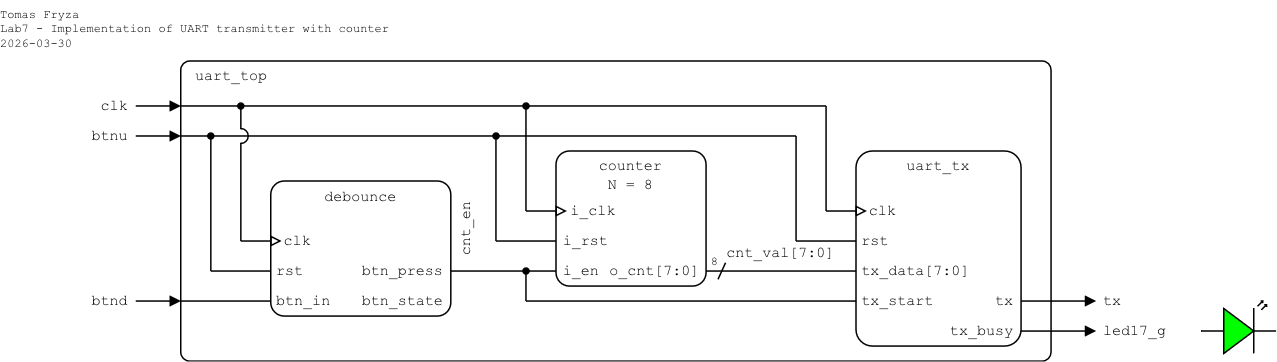
tomas-fryza/verilog-examples keeps this draw.io diagram as lab7-uart/images/top-level_ver2.png. Above is the earlier version. Source tidied: cells renumbered, new cells last; positions are measured from the earlier drawing's top-left corner, leaving out a move shared by most shapes.
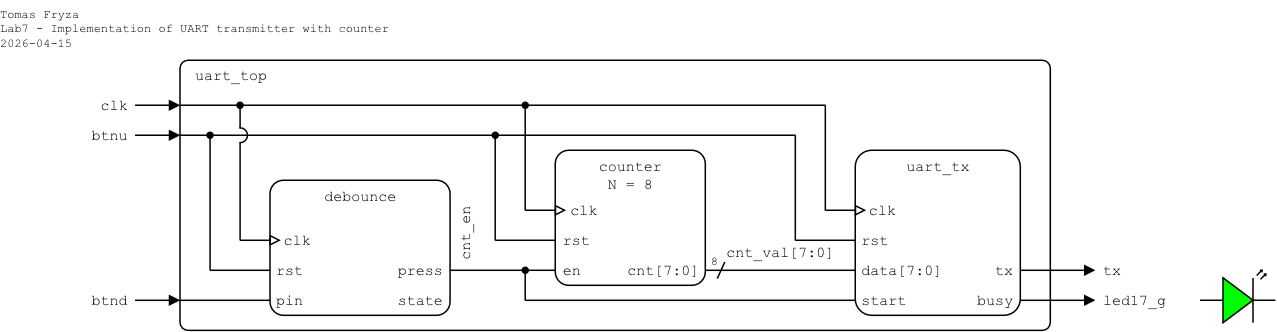
The same file after the commit.

The edit, as a diff of the source:
```diff
@@ -3,43 +3,43 @@
     <mxCell id="0" />
     <mxCell id="1" parent="0" />
     <mxCell id="2" value="uart_top" style="rounded=1;arcSize=3;whiteSpace=wrap;html=1;align=left;verticalAlign=top;fontFamily=Courier New;absoluteArcSize=0;fillColor=none;fontSize=10;spacingLeft=10;imageHeight=24;spacing=0;" parent="1" vertex="1">
-      <mxGeometry x="120" y="40" width="580" height="200" as="geometry" />
+      <mxGeometry x="120" y="40" width="580" height="180" as="geometry" />
     </mxCell>
     <mxCell id="3" value="&lt;div&gt;uart_tx&lt;/div&gt;" style="rounded=1;arcSize=10;align=center;verticalAlign=top;fontFamily=Courier New;absoluteArcSize=0;fillColor=none;fixDash=0;fontSize=10;spacingLeft=0;labelBorderColor=none;spacingTop=0;spacing=0;labelBackgroundColor=none;whiteSpace=wrap;html=1;strokeWidth=1;shadow=0;glass=0;" parent="1" vertex="1">
-      <mxGeometry x="570" y="100" width="110" height="130" as="geometry" />
+      <mxGeometry x="570" y="100" width="110" height="110" as="geometry" />
     </mxCell>
-    <mxCell id="4" value="tx_data[7:0]" style="text;html=1;align=left;verticalAlign=middle;whiteSpace=wrap;rounded=0;fontFamily=Courier New;fontSize=10;fillOpacity=100;spacingLeft=5;spacing=0;" parent="1" vertex="1">
-      <mxGeometry x="569.4" y="170" width="80.6" height="20" as="geometry" />
+    <mxCell id="4" value="data[7:0]" style="text;html=1;align=left;verticalAlign=middle;whiteSpace=wrap;rounded=0;fontFamily=Courier New;fontSize=10;fillOpacity=100;spacingLeft=5;spacing=0;" parent="1" vertex="1">
+      <mxGeometry x="569.4" y="170" width="60.6" height="20" as="geometry" />
     </mxCell>
     <mxCell id="5" value="clk" style="text;html=1;align=left;verticalAlign=middle;whiteSpace=wrap;rounded=0;fontFamily=Courier New;fontSize=10;fillOpacity=100;spacing=0;spacingLeft=10;" parent="1" vertex="1">
       <mxGeometry x="569.4" y="130" width="30.6" height="20" as="geometry" />
     </mxCell>
     <mxCell id="6" value="tx" style="text;html=1;align=right;verticalAlign=middle;whiteSpace=wrap;rounded=0;fontFamily=Courier New;fontSize=10;fillOpacity=100;spacing=0;spacingRight=5;" parent="1" vertex="1">
-      <mxGeometry x="650" y="190" width="30" height="20" as="geometry" />
+      <mxGeometry x="650" y="170" width="30" height="20" as="geometry" />
     </mxCell>
-    <mxCell id="7" value="tx_start" style="text;html=1;align=left;verticalAlign=middle;whiteSpace=wrap;rounded=0;fontFamily=Courier New;fontSize=10;fillOpacity=100;spacingLeft=5;spacing=0;" parent="1" vertex="1">
-      <mxGeometry x="569.4" y="190" width="60.6" height="20" as="geometry" />
+    <mxCell id="7" value="start" style="text;html=1;align=left;verticalAlign=middle;whiteSpace=wrap;rounded=0;fontFamily=Courier New;fontSize=10;fillOpacity=100;spacingLeft=5;spacing=0;" parent="1" vertex="1">
+      <mxGeometry x="569.4" y="190" width="40.6" height="20" as="geometry" />
     </mxCell>
     <mxCell id="8" style="endArrow=block;html=1;rounded=0;endFill=1;orthogonal=1;endSize=5;startSize=5;spacing=0;" parent="1" edge="1">
       <mxGeometry relative="1" as="geometry">
-        <mxPoint x="680" y="200" as="sourcePoint" />
-        <mxPoint x="730" y="200" as="targetPoint" />
+        <mxPoint x="680" y="180" as="sourcePoint" />
+        <mxPoint x="730" y="180" as="targetPoint" />
       </mxGeometry>
     </mxCell>
     <mxCell id="9" value="tx" style="text;html=1;align=left;verticalAlign=middle;whiteSpace=wrap;rounded=0;fontFamily=Courier New;fontSize=10;fillOpacity=100;spacing=0;spacingLeft=5;" parent="1" vertex="1">
-      <mxGeometry x="730" y="190" width="90" height="20" as="geometry" />
+      <mxGeometry x="730" y="170" width="90" height="20" as="geometry" />
     </mxCell>
-    <mxCell id="10" value="tx_busy" style="text;html=1;align=right;verticalAlign=middle;whiteSpace=wrap;rounded=0;fontFamily=Courier New;fontSize=10;fillOpacity=100;spacing=0;spacingRight=5;" parent="1" vertex="1">
-      <mxGeometry x="600" y="210" width="80" height="20" as="geometry" />
+    <mxCell id="10" value="busy" style="text;html=1;align=right;verticalAlign=middle;whiteSpace=wrap;rounded=0;fontFamily=Courier New;fontSize=10;fillOpacity=100;spacing=0;spacingRight=5;" parent="1" vertex="1">
+      <mxGeometry x="640" y="190" width="40" height="20" as="geometry" />
     </mxCell>
     <mxCell id="11" style="endArrow=block;html=1;rounded=0;endFill=1;orthogonal=1;endSize=5;startSize=5;spacing=0;" parent="1" edge="1">
       <mxGeometry relative="1" as="geometry">
-        <mxPoint x="680" y="220" as="sourcePoint" />
-        <mxPoint x="730" y="220" as="targetPoint" />
+        <mxPoint x="680" y="200" as="sourcePoint" />
+        <mxPoint x="730" y="200" as="targetPoint" />
       </mxGeometry>
     </mxCell>
     <mxCell id="12" value="led17_g" style="text;html=1;align=left;verticalAlign=middle;whiteSpace=wrap;rounded=0;fontFamily=Courier New;fontSize=10;fillOpacity=100;spacing=0;spacingLeft=5;" parent="1" vertex="1">
-      <mxGeometry x="730" y="210" width="70" height="20" as="geometry" />
+      <mxGeometry x="730" y="190" width="70" height="20" as="geometry" />
     </mxCell>
     <mxCell id="13" value="rst" style="text;html=1;align=left;verticalAlign=middle;whiteSpace=wrap;rounded=0;fontFamily=Courier New;fontSize=10;fillOpacity=100;spacingLeft=5;spacing=0;" parent="1" vertex="1">
       <mxGeometry x="569.4" y="150" width="30.6" height="20" as="geometry" />
@@ -69,7 +69,7 @@
       </mxGeometry>
     </mxCell>
     <mxCell id="18" style="verticalLabelPosition=bottom;shadow=0;dashed=0;align=center;html=1;verticalAlign=top;shape=mxgraph.electrical.opto_electronics.led_2;fillColor=#00FF00;" parent="1" vertex="1">
-      <mxGeometry x="800" y="200" width="50" height="35" as="geometry" />
+      <mxGeometry x="800" y="180" width="50" height="35" as="geometry" />
     </mxCell>
     <mxCell id="19" style="endArrow=none;html=1;rounded=0;endFill=0;endSize=5;startSize=5;" parent="1" edge="1">
       <mxGeometry relative="1" as="geometry">
@@ -92,7 +92,7 @@
         <mxPoint x="187.2" y="160" as="targetPoint" />
       </mxGeometry>
     </mxCell>
-    <mxCell id="24" value="btn_state" style="text;html=1;align=right;verticalAlign=middle;whiteSpace=wrap;rounded=0;fontFamily=Courier New;fontSize=10;fillOpacity=100;spacing=0;spacingRight=5;" parent="1" vertex="1">
+    <mxCell id="24" value="state" style="text;html=1;align=right;verticalAlign=middle;whiteSpace=wrap;rounded=0;fontFamily=Courier New;fontSize=10;fillOpacity=100;spacing=0;spacingRight=5;" parent="1" vertex="1">
       <mxGeometry x="250" y="190" width="50" height="20" as="geometry" />
     </mxCell>
     <mxCell id="25" style="verticalLabelPosition=bottom;verticalAlign=top;html=1;shape=mxgraph.basic.arc;startAngle=0.75;endAngle=0.25;rotation=90;" parent="1" vertex="1">
@@ -110,7 +110,7 @@
         <mxPoint x="160" y="94.5" as="targetPoint" />
       </mxGeometry>
     </mxCell>
-    <mxCell id="28" value="btn_in" style="text;html=1;align=left;verticalAlign=middle;whiteSpace=wrap;rounded=0;fontFamily=Courier New;fontSize=10;fillOpacity=100;spacingLeft=5;spacing=0;" parent="1" vertex="1">
+    <mxCell id="28" value="pin" style="text;html=1;align=left;verticalAlign=middle;whiteSpace=wrap;rounded=0;fontFamily=Courier New;fontSize=10;fillOpacity=100;spacingLeft=5;spacing=0;" parent="1" vertex="1">
       <mxGeometry x="179.4" y="190" width="50.6" height="20" as="geometry" />
     </mxCell>
     <mxCell id="29" style="endArrow=none;html=1;rounded=0;endFill=0;endSize=5;startSize=5;" parent="1" edge="1">
@@ -119,7 +119,7 @@
         <mxPoint x="180" y="180" as="targetPoint" />
       </mxGeometry>
     </mxCell>
-    <mxCell id="30" value="btn_press" style="text;html=1;align=right;verticalAlign=middle;whiteSpace=wrap;rounded=0;fontFamily=Courier New;fontSize=10;fillOpacity=100;spacing=0;spacingRight=5;" parent="1" vertex="1">
+    <mxCell id="30" value="press" style="text;html=1;align=right;verticalAlign=middle;whiteSpace=wrap;rounded=0;fontFamily=Courier New;fontSize=10;fillOpacity=100;spacing=0;spacingRight=5;" parent="1" vertex="1">
       <mxGeometry x="230" y="170" width="70" height="20" as="geometry" />
     </mxCell>
     <mxCell id="31" style="endArrow=none;html=1;rounded=0;startArrow=oval;startFill=1;endSize=4;startSize=4;" parent="1" edge="1">
@@ -146,16 +146,16 @@
     <mxCell id="35" value="&lt;div&gt;counter&lt;/div&gt;&lt;div&gt;N = 8&lt;/div&gt;" style="rounded=1;arcSize=10;align=center;verticalAlign=top;fontFamily=Courier New;absoluteArcSize=0;fillColor=none;fixDash=0;fontSize=10;spacingLeft=0;labelBorderColor=none;spacingTop=0;spacing=0;labelBackgroundColor=none;whiteSpace=wrap;html=1;strokeWidth=1;shadow=0;glass=0;" parent="1" vertex="1">
       <mxGeometry x="370" y="100" width="100" height="90" as="geometry" />
     </mxCell>
-    <mxCell id="36" value="i_rst" style="text;html=1;align=left;verticalAlign=middle;whiteSpace=wrap;rounded=0;fontFamily=Courier New;fontSize=10;fillOpacity=100;spacingLeft=5;spacing=0;" parent="1" vertex="1">
+    <mxCell id="36" value="rst" style="text;html=1;align=left;verticalAlign=middle;whiteSpace=wrap;rounded=0;fontFamily=Courier New;fontSize=10;fillOpacity=100;spacingLeft=5;spacing=0;" parent="1" vertex="1">
       <mxGeometry x="370" y="150" width="30.6" height="20" as="geometry" />
     </mxCell>
-    <mxCell id="37" value="i_clk" style="text;html=1;align=left;verticalAlign=middle;whiteSpace=wrap;rounded=0;fontFamily=Courier New;fontSize=10;fillOpacity=100;spacing=0;spacingLeft=10;" parent="1" vertex="1">
+    <mxCell id="37" value="clk" style="text;html=1;align=left;verticalAlign=middle;whiteSpace=wrap;rounded=0;fontFamily=Courier New;fontSize=10;fillOpacity=100;spacing=0;spacingLeft=10;" parent="1" vertex="1">
       <mxGeometry x="370" y="130" width="40.6" height="20" as="geometry" />
     </mxCell>
-    <mxCell id="38" value="o_cnt[7:0]" style="text;html=1;align=right;verticalAlign=middle;whiteSpace=wrap;rounded=0;fontFamily=Courier New;fontSize=10;fillOpacity=100;spacing=0;spacingRight=5;" parent="1" vertex="1">
+    <mxCell id="38" value="cnt[7:0]" style="text;html=1;align=right;verticalAlign=middle;whiteSpace=wrap;rounded=0;fontFamily=Courier New;fontSize=10;fillOpacity=100;spacing=0;spacingRight=5;" parent="1" vertex="1">
       <mxGeometry x="400" y="170" width="70.6" height="20" as="geometry" />
     </mxCell>
-    <mxCell id="39" value="i_en" style="text;html=1;align=left;verticalAlign=middle;whiteSpace=wrap;rounded=0;fontFamily=Courier New;fontSize=10;fillOpacity=100;spacingLeft=5;spacing=0;" parent="1" vertex="1">
+    <mxCell id="39" value="en" style="text;html=1;align=left;verticalAlign=middle;whiteSpace=wrap;rounded=0;fontFamily=Courier New;fontSize=10;fillOpacity=100;spacingLeft=5;spacing=0;" parent="1" vertex="1">
       <mxGeometry x="370" y="170" width="30.6" height="20" as="geometry" />
     </mxCell>
     <mxCell id="40" style="endArrow=block;html=1;rounded=0;endFill=0;endSize=5;startSize=5;" parent="1" edge="1">
@@ -209,7 +209,7 @@
         <mxPoint x="370" y="160" as="targetPoint" />
       </mxGeometry>
     </mxCell>
-    <mxCell id="50" value="cnt_en" style="text;html=1;align=center;verticalAlign=middle;whiteSpace=wrap;rounded=0;fontFamily=Courier New;fontSize=10;fillOpacity=100;spacing=2;spacingLeft=0;rotation=270;" parent="1" vertex="1">
+    <mxCell id="50" value="cnt_en" style="text;html=1;align=left;verticalAlign=middle;whiteSpace=wrap;rounded=0;fontFamily=Courier New;fontSize=10;fillOpacity=100;spacing=2;spacingLeft=0;rotation=270;" parent="1" vertex="1">
       <mxGeometry x="287.5" y="142.5" width="45" height="20" as="geometry" />
     </mxCell>
     <mxCell id="51" style="endArrow=none;html=1;rounded=0;endFill=0;endSize=5;startSize=5;" parent="1" edge="1">
@@ -251,7 +251,7 @@
         <mxPoint x="370" y="180" as="targetPoint" />
       </mxGeometry>
     </mxCell>
-    <mxCell id="58" value="&lt;div&gt;Tomas Fryza&lt;/div&gt;&lt;div&gt;Lab7 - Implementation of UART transmitter with counter&lt;/div&gt;&lt;div&gt;2026-03-30&lt;/div&gt;" style="text;html=1;align=left;verticalAlign=top;whiteSpace=wrap;rounded=0;fontFamily=Courier New;fontSize=8;fillOpacity=100;spacing=0;spacingLeft=0;" parent="1" vertex="1">
+    <mxCell id="58" value="&lt;div&gt;Tomas Fryza&lt;/div&gt;&lt;div&gt;Lab7 - Implementation of UART transmitter with counter&lt;/div&gt;&lt;div&gt;2026-04-15&lt;/div&gt;" style="text;html=1;align=left;verticalAlign=top;whiteSpace=wrap;rounded=0;fontFamily=Courier New;fontSize=8;fillOpacity=100;spacing=0;spacingLeft=0;" parent="1" vertex="1">
       <mxGeometry width="280" height="40" as="geometry" />
     </mxCell>
   </root>
```
